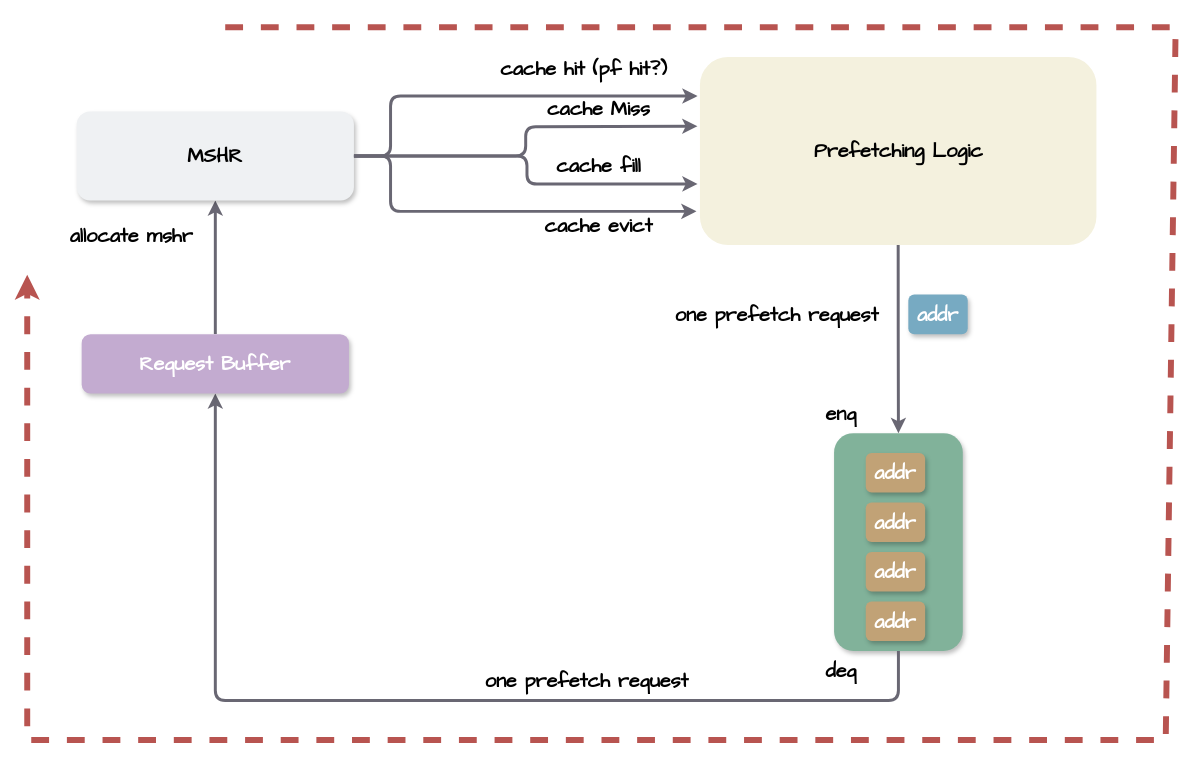
This is page "RTL prefetcher" (4 of 5) of ampm.drawio from miaochenlu/Draw, a draw.io file, before an edit. Source tidied: cells renumbered, new cells numbered last; positions are measured from the earlier drawing's top-left corner, leaving out a move shared by most shapes. Both pictures are drawn from the tidied source at 99%, with x=0, y=0 at pixel (27, 27).
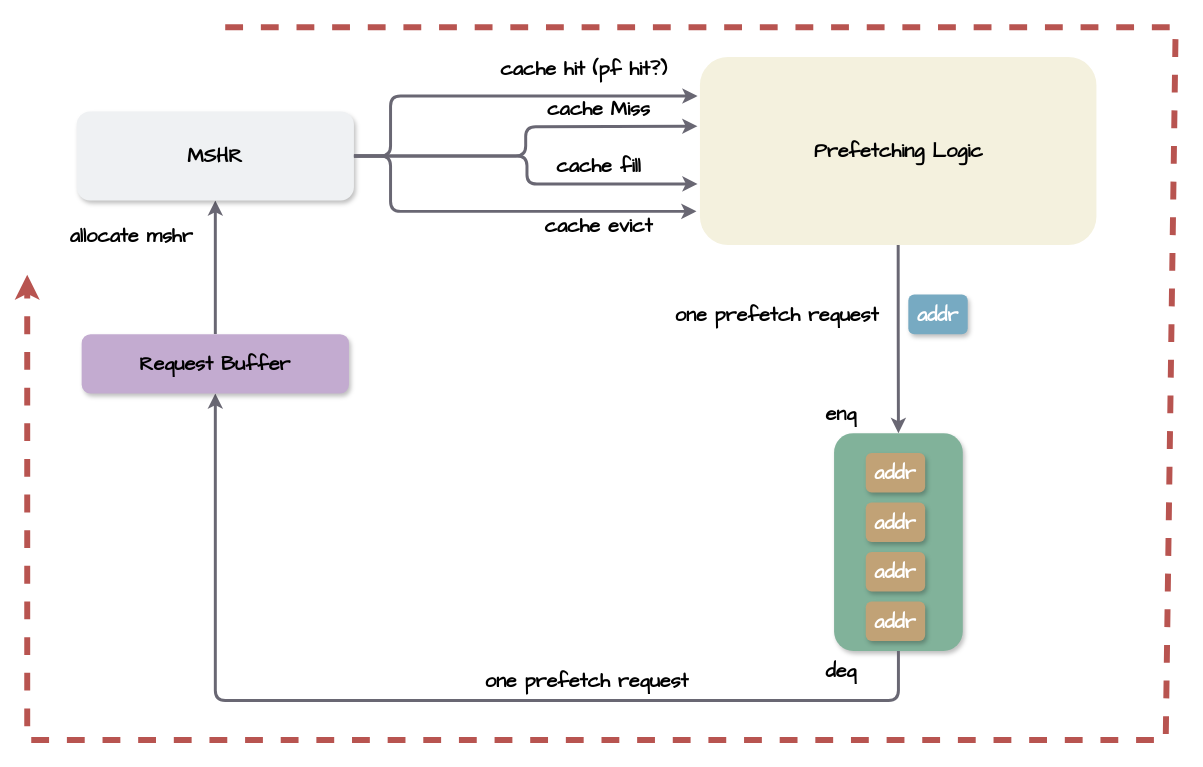
The same diagram, later.

Diff of the diagram source:
```diff
@@
-    <mxCell id="19" value="Request Buffer" style="rounded=1;whiteSpace=wrap;html=1;fontSize=20;fontFamily=Comic Sans MS;fillColor=#C3ABD0;strokeColor=none;fontColor=#FFFFFF;strokeWidth=2;shadow=1;glass=0;comic=0;gradientColor=none;fontStyle=1;" parent="1" vertex="1">
+    <mxCell id="19" value="&lt;font color=&quot;#000000&quot;&gt;Request Buffer&lt;/font&gt;" style="rounded=1;whiteSpace=wrap;html=1;fontSize=20;fontFamily=Comic Sans MS;fillColor=#C3ABD0;strokeColor=none;fontColor=#FFFFFF;strokeWidth=2;shadow=1;glass=0;comic=0;gradientColor=none;fontStyle=1;" parent="1" vertex="1">
       <mxGeometry x="55" y="310" width="270" height="60" as="geometry" />
     </mxCell>
```
